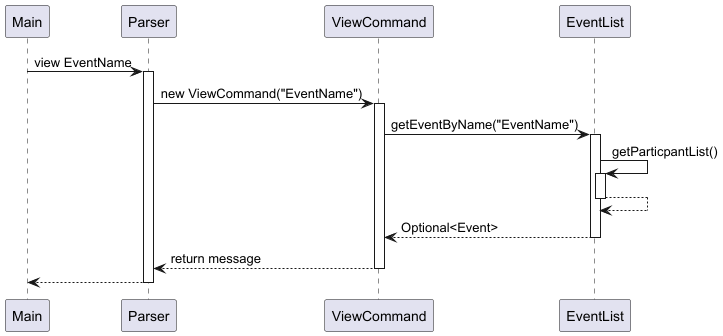
Before: docs/images/ViewEventSequenceDiagram.png, a diagram exported from PlantUML (nus-cs2113-AY2425S1/tp). The source it was exported from:
```plantuml
@startuml

Main -> Parser: view EventName
activate Parser
Parser -> ViewCommand: new ViewCommand("EventName")
activate ViewCommand
ViewCommand -> EventList: getEventByName("EventName")
activate EventList
EventList -> EventList: getParticpantList()
activate EventList
EventList -->EventList
deactivate EventList
EventList --> ViewCommand: Optional<Event>
deactivate EventList
ViewCommand --> Parser: return message
deactivate ViewCommand
Parser --> Main
deactivate Parser

@enduml
```
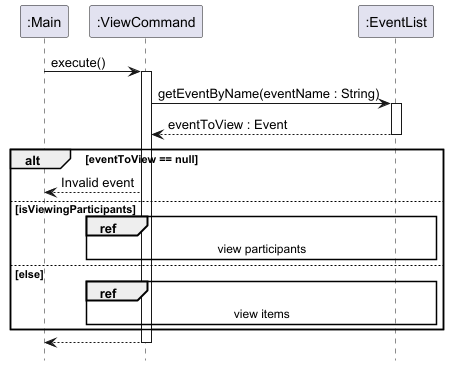
The same file after the commit.

Commit message:
Update developer guide regarding view command

Change to the diagram source:
```diff
@@ -1,20 +1,27 @@
 @startuml
+!include style.puml
+hide footbox
 
-Main -> Parser: view EventName
-activate Parser
-Parser -> ViewCommand: new ViewCommand("EventName")
-activate ViewCommand
-ViewCommand -> EventList: getEventByName("EventName")
-activate EventList
-EventList -> EventList: getParticpantList()
-activate EventList
-EventList -->EventList
-deactivate EventList
-EventList --> ViewCommand: Optional<Event>
-deactivate EventList
-ViewCommand --> Parser: return message
-deactivate ViewCommand
-Parser --> Main
-deactivate Parser
+participant ":Main" as main
+participant ":ViewCommand" as command
+participant ":EventList" as eventList
+
+main -> command : execute()
+activate command
+
+command -> eventList : getEventByName(eventName : String)
+activate eventList
+
+return eventToView : Event
+
+alt eventToView == null
+    command --> main : Invalid event
+else isViewingParticipants
+    ref over command, eventList: view participants
+else else
+    ref over command, eventList: view items
+end
+
+return
 
 @enduml
```
